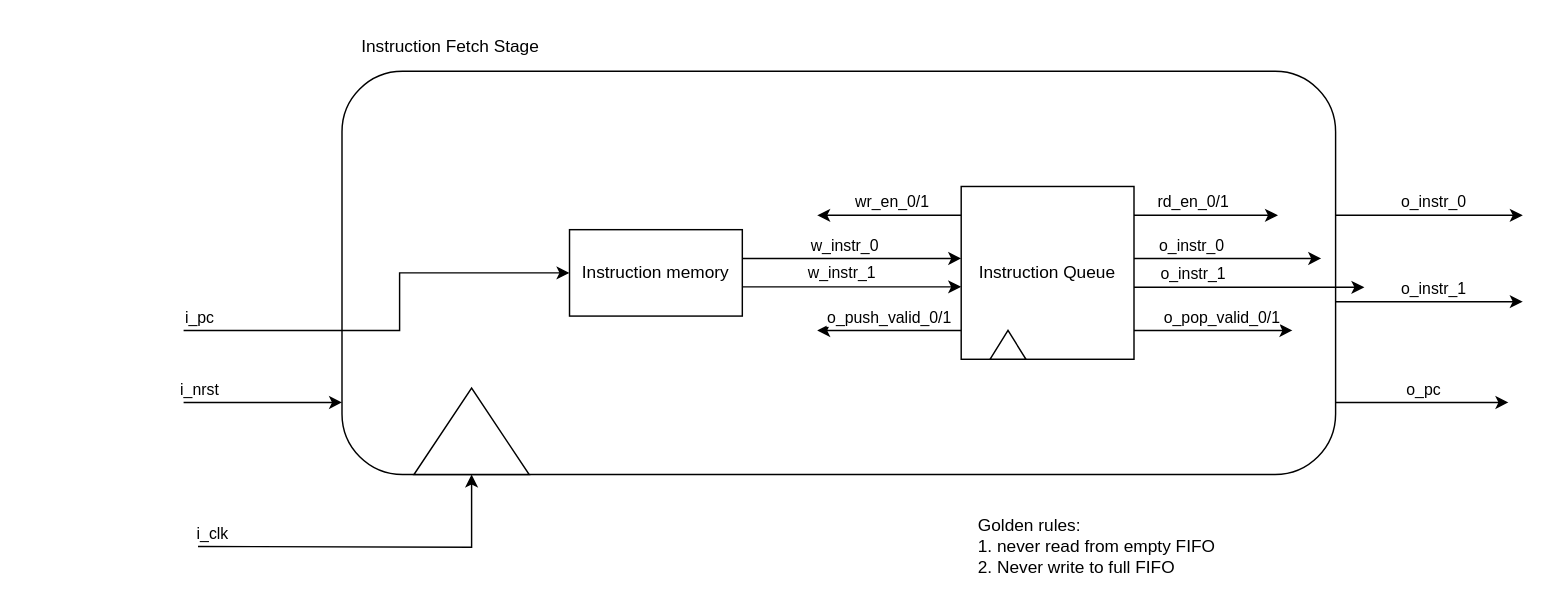
Earlier version of the draw.io diagram page "Instruction Fetch" (2 of 2) of docs/Architecture.drawio (evanwu03/OutrO). Source tidied: cells renumbered, new cells numbered last; positions are measured from the earlier drawing's top-left corner, leaving out a move shared by most shapes. Both pictures are drawn from the tidied source at 144%, with x=0, y=0 at pixel (183, 24).
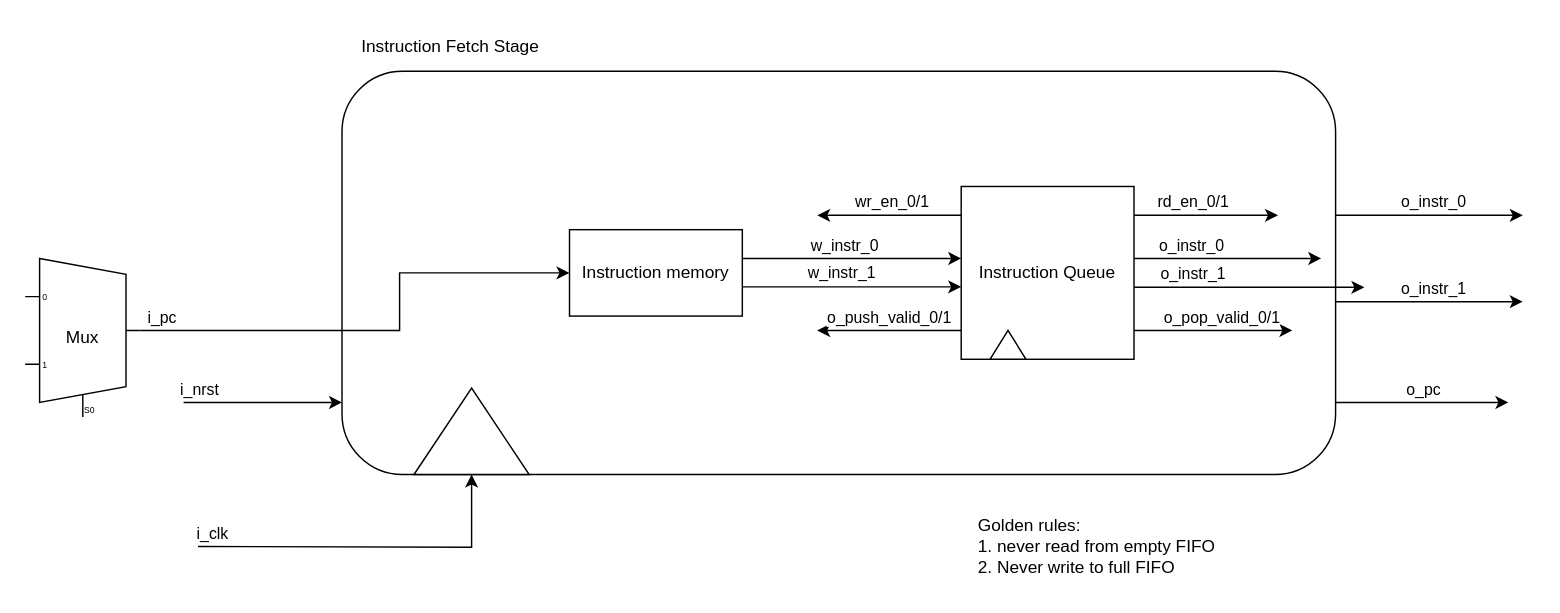
Above is the later version.

The edit, as a diff of the source:
```diff
@@
-    <mxCell id="13" style="edgeStyle=orthogonalEdgeStyle;rounded=0;orthogonalLoop=1;jettySize=auto;html=1;endArrow=none;endFill=0;" parent="1" edge="1">
+    <mxCell id="13" style="edgeStyle=orthogonalEdgeStyle;rounded=0;jettySize=auto;html=1;endArrow=none;endFill=0;exitX=1;exitY=0.5;exitDx=0;exitDy=-5;exitPerimeter=0;" parent="1" edge="1" source="38">
       <mxGeometry relative="1" as="geometry">
-        <mxPoint y="212" as="sourcePoint" />
         <mxPoint x="110" y="212" as="targetPoint" />
       </mxGeometry>
     </mxCell>
@@
+    <mxCell id="38" value="Mux" style="shadow=0;dashed=0;align=center;html=1;strokeWidth=1;shape=mxgraph.electrical.abstract.mux2;whiteSpace=wrap;" parent="1" vertex="1">
+      <mxGeometry x="-110" y="162" width="80" height="110" as="geometry" />
+    </mxCell>
```
